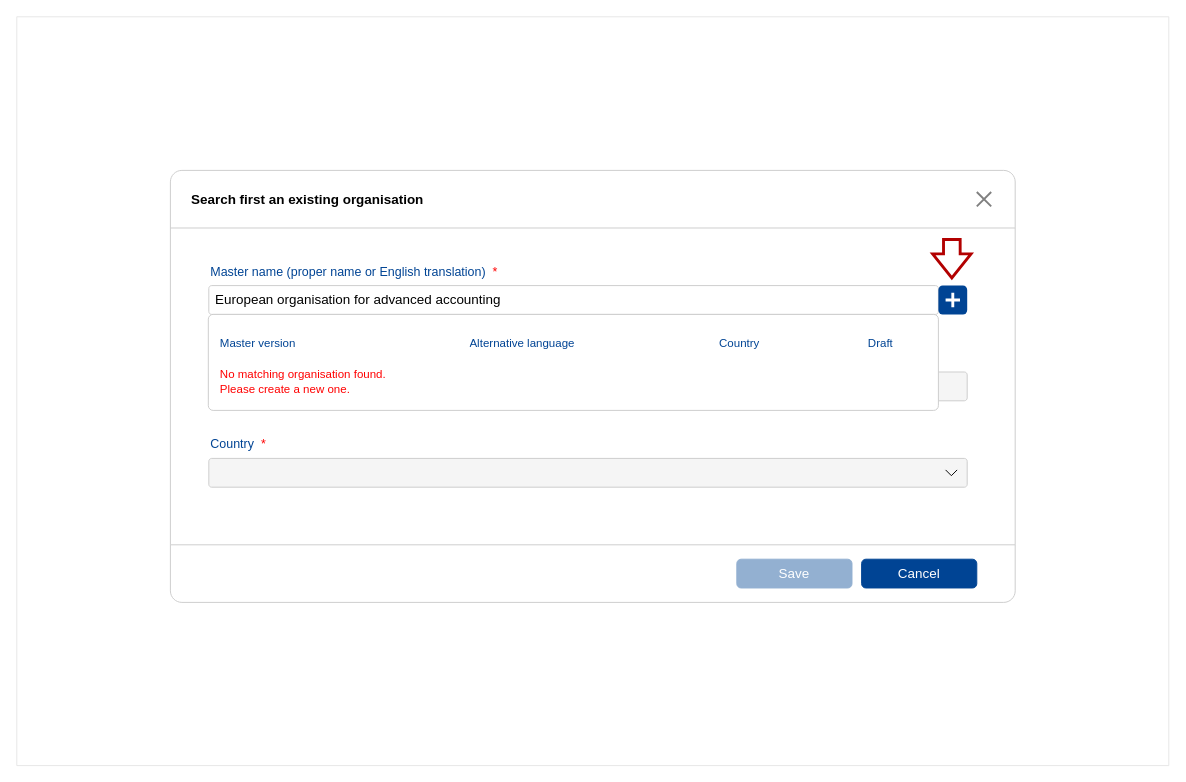
This is page "Page-Affiliation_org_nothing" (4 of 24) of test_corporate_contributors_ver_4.drawio from RyszardBudzinski/PUBSY_mockups, a draw.io file, before an edit. Source tidied: cells renumbered, new cells numbered last; positions are measured from the earlier drawing's top-left corner, leaving out a move shared by most shapes. Both pictures are drawn from the tidied source at 96%, with x=0, y=0 at pixel (16, 16).
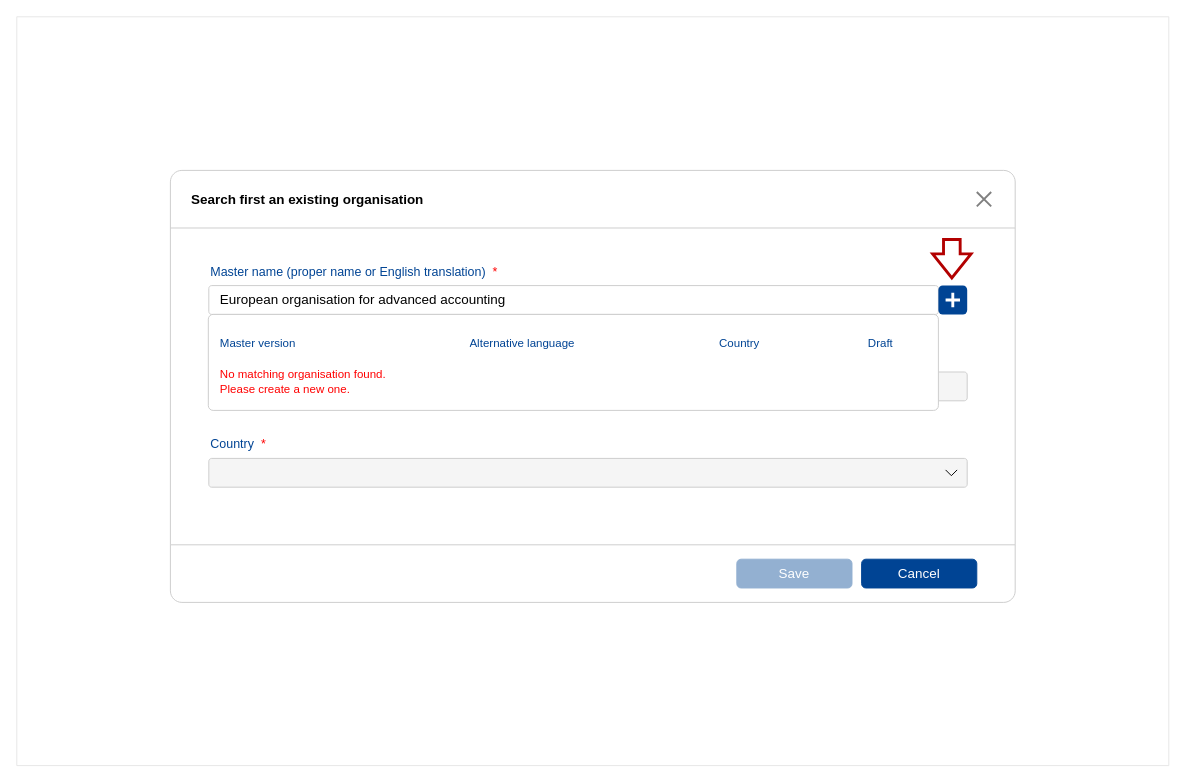
After the change.

Diff of the diagram source:
```diff
@@
-    <mxCell id="6" value="European organisation for advanced accounting" style="verticalLabelPosition=middle;verticalAlign=middle;html=1;shape=mxgraph.basic.rect;fillColor2=none;strokeWidth=1;size=10;indent=5;labelPosition=center;align=left;spacingLeft=5;fontSize=14;rectStyle=rounded;absoluteCornerSize=0;strokeColor=#CCCCCC;fontColor=light-dark(#000000,#000000);fontStyle=0;" parent="1" vertex="1">
+    <mxCell id="6" value="European organisation for advanced accounting" style="verticalLabelPosition=middle;verticalAlign=middle;html=1;shape=mxgraph.basic.rect;fillColor2=none;strokeWidth=1;size=10;indent=5;labelPosition=center;align=left;spacingLeft=10;fontSize=14;rectStyle=rounded;absoluteCornerSize=0;strokeColor=#CCCCCC;fontColor=light-dark(#000000,#000000);fontStyle=0;" parent="1" vertex="1">
       <mxGeometry x="200" y="280" width="760" height="30" as="geometry" />
     </mxCell>
```
